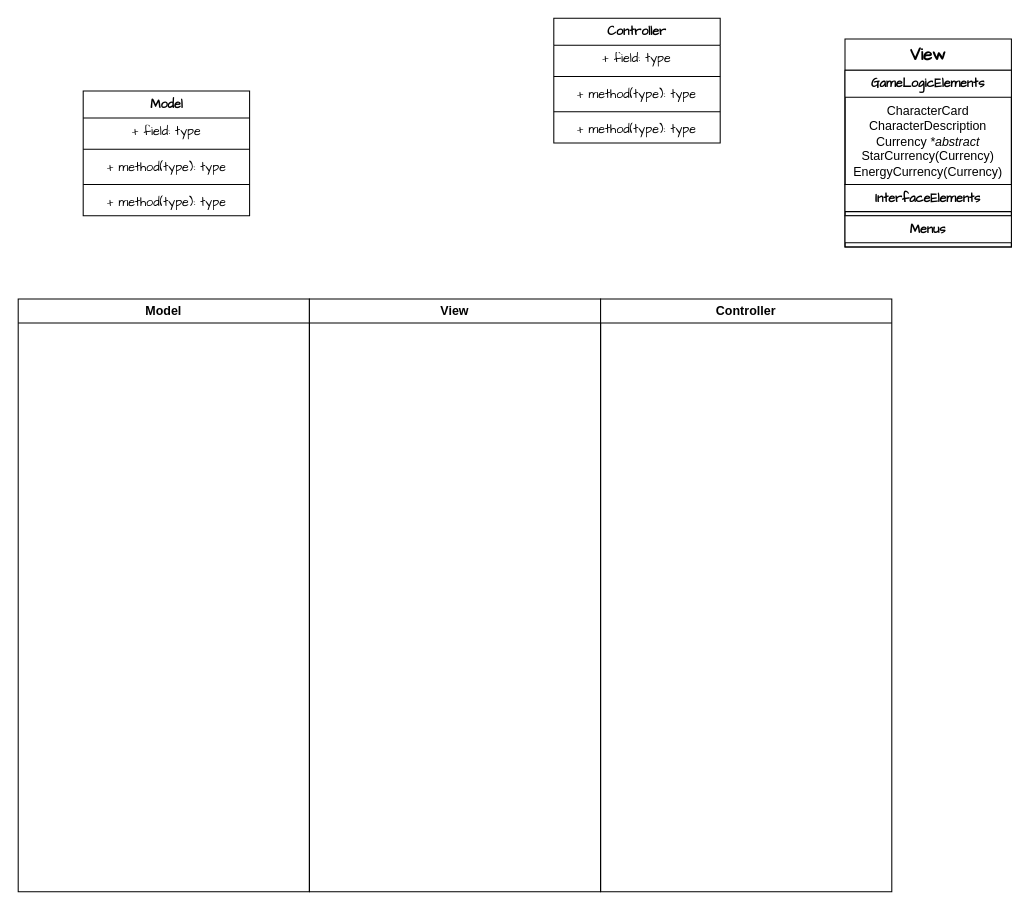
Above: mvc_arch.drawio in CrazysonRBTYG/Multiversum (draw.io), before the change. Source tidied: cells renumbered, new cells numbered last; positions are measured from the earlier drawing's top-left corner, leaving out a move shared by most shapes. Both pictures are drawn from the tidied source at 104%, with x=0, y=0 at pixel (18, 18).
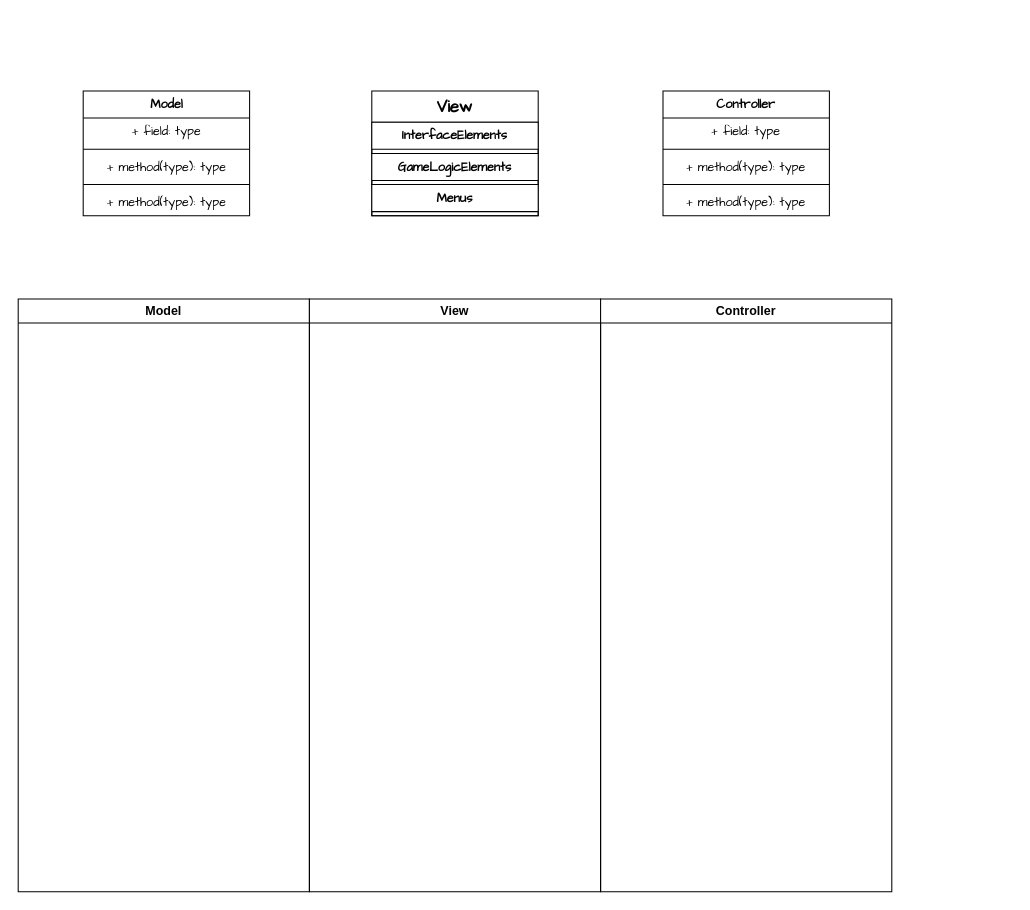
The same diagram, later.

The edit, as a diff of the source:
```diff
@@
     <mxCell id="11" value="&lt;font style=&quot;font-size: 16px;&quot;&gt;View&lt;/font&gt;" style="swimlane;fontStyle=1;align=center;verticalAlign=top;horizontal=1;startSize=30;whiteSpace=wrap;html=1;fontFamily=Comic Sans MS;" parent="1" vertex="1">
-      <mxGeometry x="795" y="20" width="160" height="200" as="geometry" />
+      <mxGeometry x="340" y="70" width="160" height="120" as="geometry" />
     </mxCell>
+    <mxCell id="14" value="InterfaceElements" style="swimlane;fontStyle=1;align=center;verticalAlign=top;horizontal=1;startSize=26;whiteSpace=wrap;html=1;fontFamily=Comic Sans MS;" parent="11" vertex="1" collapsed="1">
+      <mxGeometry y="30" width="160" height="30" as="geometry" />
+    </mxCell>
-    <mxCell id="12" value="GameLogicElements" style="swimlane;fontStyle=1;align=center;verticalAlign=top;horizontal=1;startSize=26;whiteSpace=wrap;html=1;fontFamily=Comic Sans MS;" parent="11" vertex="1">
-      <mxGeometry y="30" width="160" height="110" as="geometry" />
+    <mxCell id="12" value="GameLogicElements" style="swimlane;fontStyle=1;align=center;verticalAlign=top;horizontal=1;startSize=26;whiteSpace=wrap;html=1;fontFamily=Comic Sans MS;" parent="11" vertex="1" collapsed="1">
+      <mxGeometry y="60" width="160" height="30" as="geometry" />
     </mxCell>
-    <mxCell id="13" value="&lt;div&gt;CharacterCard&lt;/div&gt;&lt;div&gt;CharacterDescription&lt;/div&gt;&lt;div&gt;Currency &lt;i&gt;*abstract&lt;/i&gt;&lt;/div&gt;&lt;div&gt;StarCurrency(Currency)&lt;/div&gt;&lt;div&gt;EnergyCurrency(Currency)&lt;/div&gt;" style="text;strokeColor=none;fillColor=none;align=center;verticalAlign=top;spacingLeft=4;spacingRight=4;overflow=hidden;whiteSpace=wrap;html=1;" parent="12" vertex="1">
-      <mxGeometry y="26" width="160" height="84" as="geometry" />
-    </mxCell>
-    <mxCell id="14" value="InterfaceElements" style="swimlane;fontStyle=1;align=center;verticalAlign=top;horizontal=1;startSize=26;whiteSpace=wrap;html=1;fontFamily=Comic Sans MS;" parent="11" vertex="1" collapsed="1">
-      <mxGeometry y="140" width="160" height="30" as="geometry" />
-    </mxCell>
     <mxCell id="15" value="Menus" style="swimlane;fontStyle=1;align=center;verticalAlign=top;horizontal=1;startSize=26;whiteSpace=wrap;html=1;fontFamily=Comic Sans MS;" parent="11" vertex="1" collapsed="1">
-      <mxGeometry y="170" width="160" height="30" as="geometry" />
+      <mxGeometry y="90" width="160" height="30" as="geometry" />
     </mxCell>
     <mxCell id="16" value="Controller" style="swimlane;fontStyle=1;align=center;verticalAlign=top;horizontal=1;startSize=26;whiteSpace=wrap;html=1;fontFamily=Comic Sans MS;" parent="1" vertex="1">
-      <mxGeometry x="515" width="160" height="120" as="geometry" />
+      <mxGeometry x="620" y="70" width="160" height="120" as="geometry" />
     </mxCell>
```
